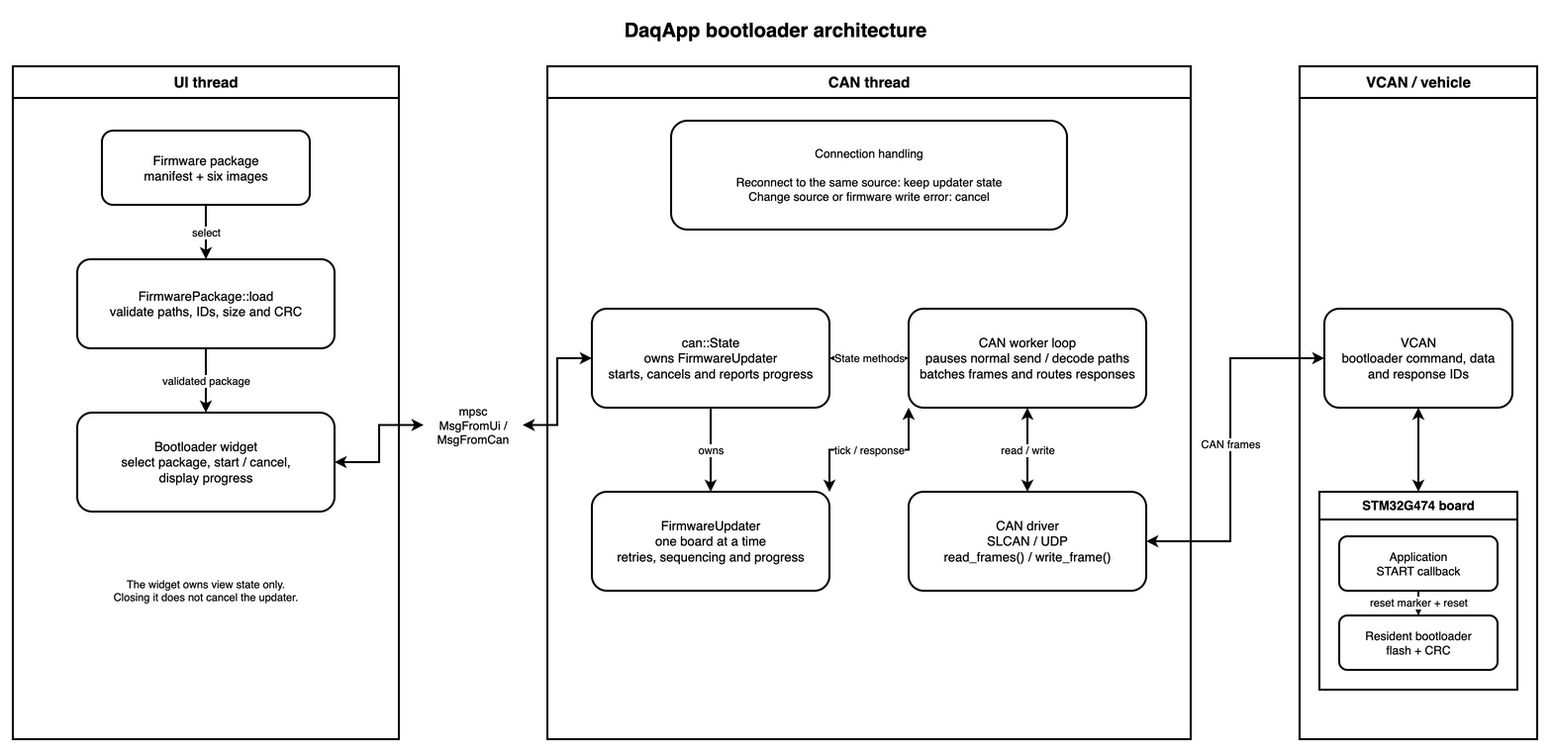
The draw.io diagram docs/daqapp/daqapp_bootloader_architecture.drawio.png in PurdueElectricRacing/monorepo, before a commit. Source tidied: cells renumbered, new cells last; positions are measured from the earlier drawing's top-left corner, leaving out a move shared by most shapes.
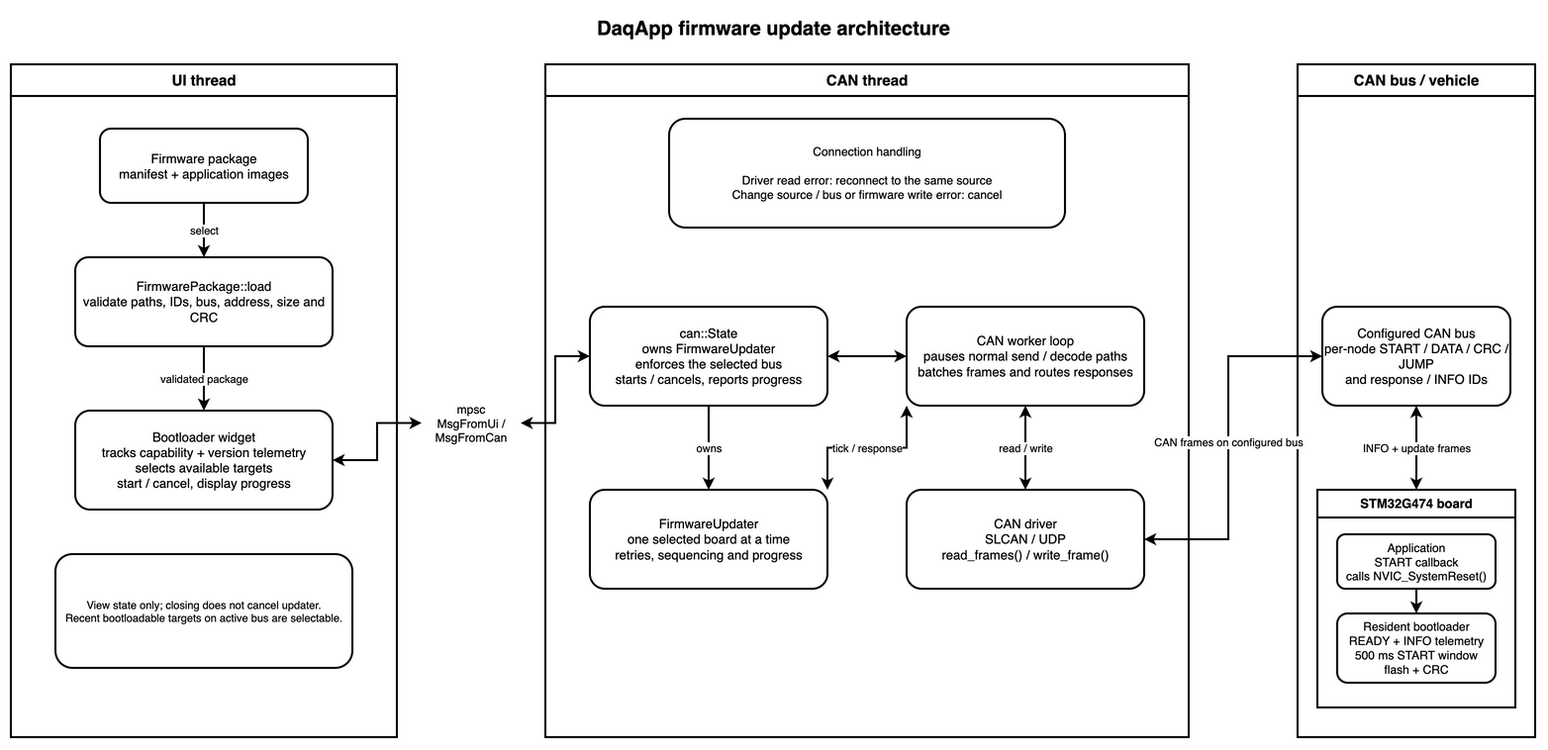
Later version of the same file.

Commit message:
Update bootloader diagrams

Change to the diagram source:
```diff
@@ -2,7 +2,7 @@
   <root>
     <mxCell id="0" />
     <mxCell id="1" parent="0" />
-    <mxCell id="2" value="DaqApp bootloader architecture" style="text;html=1;align=center;verticalAlign=middle;fontSize=20;fontStyle=1;" parent="1" vertex="1">
+    <mxCell id="2" value="DaqApp firmware update architecture" style="text;html=1;align=center;verticalAlign=middle;fontSize=20;fontStyle=1;" parent="1" vertex="1">
       <mxGeometry x="470" width="600" height="35" as="geometry" />
     </mxCell>
     <mxCell id="3" value="UI thread" style="swimlane;whiteSpace=wrap;html=1;startSize=32;fontSize=15;strokeWidth=2;" parent="1" vertex="1">
@@ -11,50 +11,50 @@
     <mxCell id="4" value="CAN thread" style="swimlane;whiteSpace=wrap;html=1;startSize=32;fontSize=15;strokeWidth=2;" parent="1" vertex="1">
       <mxGeometry x="540" y="55" width="650" height="680" as="geometry" />
     </mxCell>
-    <mxCell id="5" value="VCAN / vehicle" style="swimlane;whiteSpace=wrap;html=1;startSize=32;fontSize=15;strokeWidth=2;" parent="1" vertex="1">
+    <mxCell id="5" value="CAN bus / vehicle" style="swimlane;whiteSpace=wrap;html=1;startSize=32;fontSize=15;strokeWidth=2;" parent="1" vertex="1">
       <mxGeometry x="1300" y="55" width="240" height="680" as="geometry" />
     </mxCell>
-    <mxCell id="6" value="Firmware package&lt;br&gt;manifest + six images" style="rounded=1;whiteSpace=wrap;html=1;fontSize=13;strokeWidth=2;" parent="3" vertex="1">
+    <mxCell id="6" value="Firmware package&lt;br&gt;manifest + application images" style="rounded=1;whiteSpace=wrap;html=1;fontSize=13;strokeWidth=2;" parent="3" vertex="1">
       <mxGeometry x="90" y="65" width="210" height="75" as="geometry" />
     </mxCell>
-    <mxCell id="7" value="FirmwarePackage::load&lt;br&gt;validate paths, IDs, size and CRC" style="rounded=1;whiteSpace=wrap;html=1;fontSize=13;strokeWidth=2;" parent="3" vertex="1">
+    <mxCell id="7" value="FirmwarePackage::load&lt;br&gt;validate paths, IDs, bus, address, size and CRC" style="rounded=1;whiteSpace=wrap;html=1;fontSize=13;strokeWidth=2;" parent="3" vertex="1">
       <mxGeometry x="65" y="195" width="260" height="90" as="geometry" />
     </mxCell>
-    <mxCell id="8" value="Bootloader widget&lt;br&gt;select package, start / cancel,&lt;br&gt;display progress" style="rounded=1;whiteSpace=wrap;html=1;fontSize=13;strokeWidth=2;" parent="3" vertex="1">
+    <mxCell id="8" value="Bootloader widget&lt;br&gt;tracks capability + version telemetry&lt;br&gt;selects available targets&lt;br&gt;start / cancel, display progress" style="rounded=1;whiteSpace=wrap;html=1;fontSize=13;strokeWidth=2;" parent="3" vertex="1">
       <mxGeometry x="65" y="350" width="260" height="100" as="geometry" />
     </mxCell>
-    <mxCell id="9" value="The widget owns view state only.&lt;br&gt;Closing it does not cancel the updater." style="text;html=1;whiteSpace=wrap;align=center;verticalAlign=middle;fontSize=11;" parent="3" vertex="1">
-      <mxGeometry x="65" y="505" width="260" height="50" as="geometry" />
+    <mxCell id="9" value="View state only; closing does not cancel updater.&lt;br&gt;Recent bootloadable targets on active bus are selectable." style="rounded=1;whiteSpace=wrap;html=1;align=center;verticalAlign=middle;fontSize=11;strokeWidth=2;spacing=8;" parent="3" vertex="1">
+      <mxGeometry x="45" y="495" width="300" height="115" as="geometry" />
     </mxCell>
     <mxCell id="10" value="mpsc&lt;br&gt;MsgFromUi / MsgFromCan" style="text;html=1;whiteSpace=wrap;align=center;verticalAlign=middle;fontSize=12;" parent="1" vertex="1">
       <mxGeometry x="415" y="385" width="100" height="65" as="geometry" />
     </mxCell>
-    <mxCell id="11" value="Connection handling&lt;br&gt;&lt;br&gt;Reconnect to the same source: keep updater state&lt;br&gt;Change source or firmware write error: cancel" style="rounded=1;whiteSpace=wrap;html=1;fontSize=12;strokeWidth=2;" parent="4" vertex="1">
+    <mxCell id="11" value="Connection handling&lt;br&gt;&lt;br&gt;Driver read error: reconnect to the same source&lt;br&gt;Change source / bus or firmware write error: cancel" style="rounded=1;whiteSpace=wrap;html=1;fontSize=12;strokeWidth=2;" parent="4" vertex="1">
       <mxGeometry x="125" y="55" width="400" height="110" as="geometry" />
     </mxCell>
-    <mxCell id="12" value="can::State&lt;br&gt;owns FirmwareUpdater&lt;br&gt;starts, cancels and reports progress" style="rounded=1;whiteSpace=wrap;html=1;fontSize=13;strokeWidth=2;" parent="4" vertex="1">
+    <mxCell id="12" value="can::State&lt;br&gt;owns FirmwareUpdater&lt;br&gt;enforces the selected bus&lt;br&gt;starts / cancels, reports progress" style="rounded=1;whiteSpace=wrap;html=1;fontSize=13;strokeWidth=2;" parent="4" vertex="1">
       <mxGeometry x="45" y="245" width="240" height="100" as="geometry" />
     </mxCell>
     <mxCell id="13" value="CAN worker loop&lt;br&gt;pauses normal send / decode paths&lt;br&gt;batches frames and routes responses" style="rounded=1;whiteSpace=wrap;html=1;fontSize=13;strokeWidth=2;" parent="4" vertex="1">
       <mxGeometry x="365" y="245" width="240" height="100" as="geometry" />
     </mxCell>
-    <mxCell id="14" value="FirmwareUpdater&lt;br&gt;one board at a time&lt;br&gt;retries, sequencing and progress" style="rounded=1;whiteSpace=wrap;html=1;fontSize=13;strokeWidth=2;" parent="4" vertex="1">
+    <mxCell id="14" value="FirmwareUpdater&lt;br&gt;one selected board at a time&lt;br&gt;retries, sequencing and progress" style="rounded=1;whiteSpace=wrap;html=1;fontSize=13;strokeWidth=2;" parent="4" vertex="1">
       <mxGeometry x="45" y="430" width="240" height="100" as="geometry" />
     </mxCell>
     <mxCell id="15" value="CAN driver&lt;br&gt;SLCAN / UDP&lt;br&gt;read_frames() / write_frame()" style="rounded=1;whiteSpace=wrap;html=1;fontSize=13;strokeWidth=2;" parent="4" vertex="1">
       <mxGeometry x="365" y="430" width="240" height="100" as="geometry" />
     </mxCell>
-    <mxCell id="16" value="VCAN&lt;br&gt;bootloader command, data&lt;br&gt;and response IDs" style="rounded=1;whiteSpace=wrap;html=1;fontSize=13;strokeWidth=2;" parent="5" vertex="1">
+    <mxCell id="16" value="Configured CAN bus&lt;br&gt;per-node START / DATA / CRC / JUMP&lt;br&gt;and response / INFO IDs" style="rounded=1;whiteSpace=wrap;html=1;fontSize=13;strokeWidth=2;" parent="5" vertex="1">
       <mxGeometry x="25" y="245" width="190" height="100" as="geometry" />
     </mxCell>
     <mxCell id="17" value="STM32G474 board" style="swimlane;whiteSpace=wrap;html=1;startSize=28;fontSize=13;strokeWidth=2;" parent="5" vertex="1">
-      <mxGeometry x="20" y="430" width="200" height="200" as="geometry" />
+      <mxGeometry x="20" y="430" width="200" height="220" as="geometry" />
     </mxCell>
-    <mxCell id="18" value="Application&lt;br&gt;START callback" style="rounded=1;whiteSpace=wrap;html=1;fontSize=12;strokeWidth=2;" parent="17" vertex="1">
+    <mxCell id="18" value="Application&lt;br&gt;START callback&lt;br&gt;calls NVIC_SystemReset()" style="rounded=1;whiteSpace=wrap;html=1;fontSize=12;strokeWidth=2;" parent="17" vertex="1">
       <mxGeometry x="20" y="45" width="160" height="55" as="geometry" />
     </mxCell>
-    <mxCell id="19" value="Resident bootloader&lt;br&gt;flash + CRC" style="rounded=1;whiteSpace=wrap;html=1;fontSize=12;strokeWidth=2;" parent="17" vertex="1">
-      <mxGeometry x="20" y="125" width="160" height="55" as="geometry" />
+    <mxCell id="19" value="Resident bootloader&lt;br&gt;READY + INFO telemetry&lt;br&gt;500 ms START window&lt;br&gt;flash + CRC" style="rounded=1;whiteSpace=wrap;html=1;fontSize=12;strokeWidth=2;" parent="17" vertex="1">
+      <mxGeometry x="20" y="125" width="160" height="70" as="geometry" />
     </mxCell>
     <mxCell id="20" value="select" style="edgeStyle=orthogonalEdgeStyle;rounded=0;jettySize=auto;html=1;endArrow=classic;fontSize=11;strokeWidth=2;" parent="1" edge="1" source="6" target="7">
       <mxGeometry relative="1" as="geometry" />
@@ -68,7 +68,7 @@
     <mxCell id="23" style="edgeStyle=orthogonalEdgeStyle;rounded=0;jettySize=auto;html=1;startArrow=classic;startFill=1;endArrow=classic;endFill=1;strokeWidth=2;" parent="1" edge="1" source="10" target="12">
       <mxGeometry relative="1" as="geometry" />
     </mxCell>
-    <mxCell id="24" value="State methods" style="edgeStyle=orthogonalEdgeStyle;rounded=0;jettySize=auto;html=1;startArrow=classic;startFill=1;endArrow=classic;endFill=1;fontSize=11;strokeWidth=2;" parent="1" edge="1" source="12" target="13">
+    <mxCell id="24" style="edgeStyle=orthogonalEdgeStyle;rounded=0;jettySize=auto;html=1;startArrow=classic;startFill=1;endArrow=classic;endFill=1;fontSize=11;strokeWidth=2;" parent="1" edge="1" source="12" target="13">
       <mxGeometry relative="1" as="geometry" />
     </mxCell>
     <mxCell id="25" value="owns" style="edgeStyle=orthogonalEdgeStyle;rounded=0;jettySize=auto;html=1;endArrow=classic;fontSize=11;strokeWidth=2;" parent="1" edge="1" source="12" target="14">
@@ -80,7 +80,7 @@
     <mxCell id="27" value="read / write" style="edgeStyle=orthogonalEdgeStyle;rounded=0;jettySize=auto;html=1;startArrow=classic;startFill=1;endArrow=classic;endFill=1;fontSize=11;strokeWidth=2;" parent="1" edge="1" source="13" target="15">
       <mxGeometry relative="1" as="geometry" />
     </mxCell>
-    <mxCell id="28" value="CAN frames" style="edgeStyle=orthogonalEdgeStyle;rounded=0;jettySize=auto;html=1;startArrow=classic;startFill=1;endArrow=classic;endFill=1;fontSize=11;strokeWidth=2;" parent="1" edge="1" source="15" target="16">
+    <mxCell id="28" value="CAN frames on configured bus" style="edgeStyle=orthogonalEdgeStyle;rounded=0;jettySize=auto;html=1;startArrow=classic;startFill=1;endArrow=classic;endFill=1;fontSize=11;strokeWidth=2;" parent="1" edge="1" source="15" target="16">
       <mxGeometry relative="1" as="geometry">
         <Array as="points">
           <mxPoint x="1230" y="535" />
@@ -88,10 +88,10 @@
         </Array>
       </mxGeometry>
     </mxCell>
-    <mxCell id="29" style="edgeStyle=orthogonalEdgeStyle;rounded=0;jettySize=auto;html=1;startArrow=classic;startFill=1;endArrow=classic;endFill=1;strokeWidth=2;" parent="1" edge="1" source="16" target="17">
+    <mxCell id="29" value="INFO + update frames" style="edgeStyle=orthogonalEdgeStyle;rounded=0;jettySize=auto;html=1;startArrow=classic;startFill=1;endArrow=classic;endFill=1;strokeWidth=2;" parent="1" edge="1" source="16" target="17">
       <mxGeometry relative="1" as="geometry" />
     </mxCell>
-    <mxCell id="30" value="reset marker + reset" style="edgeStyle=orthogonalEdgeStyle;rounded=0;jettySize=auto;html=1;endArrow=classic;fontSize=11;strokeWidth=2;" parent="1" edge="1" source="18" target="19">
+    <mxCell id="30" style="edgeStyle=orthogonalEdgeStyle;rounded=0;jettySize=auto;html=1;endArrow=classic;fontSize=11;strokeWidth=2;" parent="1" edge="1" source="18" target="19">
       <mxGeometry relative="1" as="geometry" />
     </mxCell>
   </root>
```
